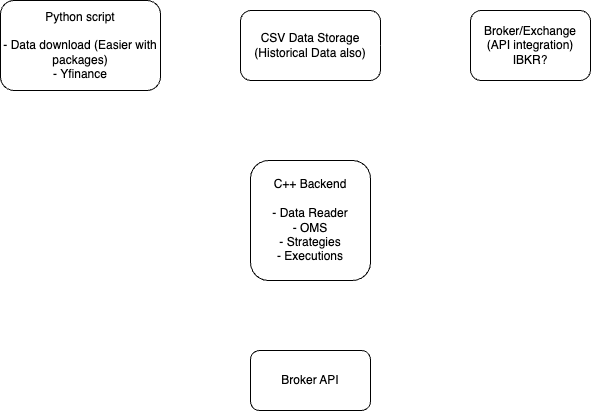
Before: doc/system_overview.drawio.png, a diagram exported from draw.io (Jamesfryer1998/C-AlgoTrader). Source tidied: cells renumbered, new cells last; positions are measured from the earlier drawing's top-left corner, leaving out a move shared by most shapes.
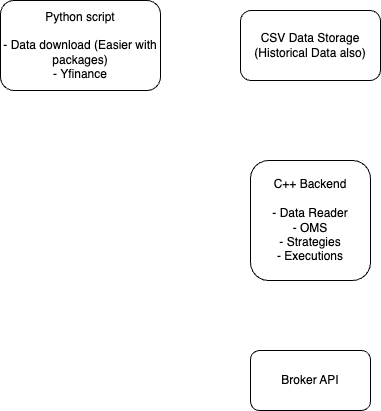
Above is the later version.

Commit message:
Adding brokerbase class and starting to implament simulated broker

Change to the diagram source:
```diff
@@ -14,12 +14,6 @@
     <mxCell id="5" value="CSV Data Storage&lt;br&gt;(Historical Data also)" style="rounded=1;whiteSpace=wrap;html=1;" parent="1" vertex="1">
       <mxGeometry x="240" y="10" width="140" height="70" as="geometry" />
     </mxCell>
-    <mxCell id="6" style="edgeStyle=none;html=1;strokeColor=#FFFFFF;" parent="1" edge="1" source="7" target="5">
-      <mxGeometry relative="1" as="geometry" />
-    </mxCell>
-    <mxCell id="7" value="Broker/Exchange&lt;br&gt;(API integration)&lt;br&gt;IBKR?" style="rounded=1;whiteSpace=wrap;html=1;" parent="1" vertex="1">
-      <mxGeometry x="470" y="10" width="120" height="70" as="geometry" />
-    </mxCell>
     <mxCell id="8" style="edgeStyle=none;html=1;strokeColor=#FFFFFF;" parent="1" edge="1" source="9" target="10">
       <mxGeometry relative="1" as="geometry" />
     </mxCell>
```
